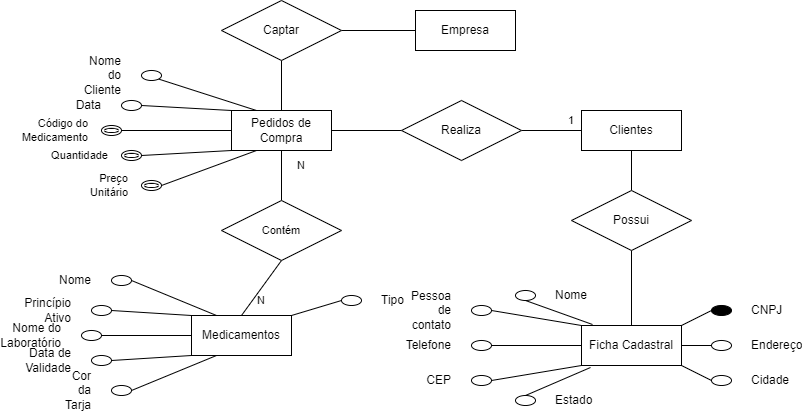
Above: pratica1quest2.png in lovis11/BD1 (draw.io), before the change. Source tidied: cells renumbered, new cells last; positions are measured from the earlier drawing's top-left corner, leaving out a move shared by most shapes.
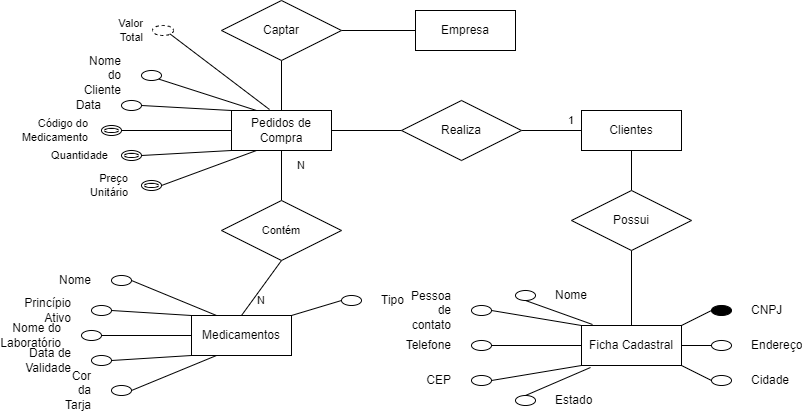
After the commit.

The edit, as a diff of the source:
```diff
@@ -180,5 +180,11 @@
     <mxCell id="59" value="Contém" style="shape=rhombus;perimeter=rhombusPerimeter;whiteSpace=wrap;html=1;align=center;fontFamily=Helvetica;fontSize=11;fontColor=default;labelBackgroundColor=default;" parent="1" vertex="1">
       <mxGeometry x="140" y="200" width="120" height="60" as="geometry" />
     </mxCell>
+    <mxCell id="60" value="Valor Total" style="ellipse;whiteSpace=wrap;html=1;align=right;dashed=1;fontFamily=Helvetica;fontSize=11;fontColor=default;labelBackgroundColor=default;spacing=30;" parent="1" vertex="1">
+      <mxGeometry x="71" y="25" width="21" height="10" as="geometry" />
+    </mxCell>
+    <mxCell id="61" style="edgeStyle=none;shape=connector;rounded=0;jettySize=auto;html=1;exitX=1;exitY=1;exitDx=0;exitDy=0;entryX=0.38;entryY=-0.025;entryDx=0;entryDy=0;entryPerimeter=0;strokeColor=default;align=center;verticalAlign=middle;fontFamily=Helvetica;fontSize=11;fontColor=default;labelBackgroundColor=default;endArrow=none;endFill=0;" parent="1" edge="1" source="60" target="25">
+      <mxGeometry relative="1" as="geometry" />
+    </mxCell>
   </root>
 </mxGraphModel>
```
